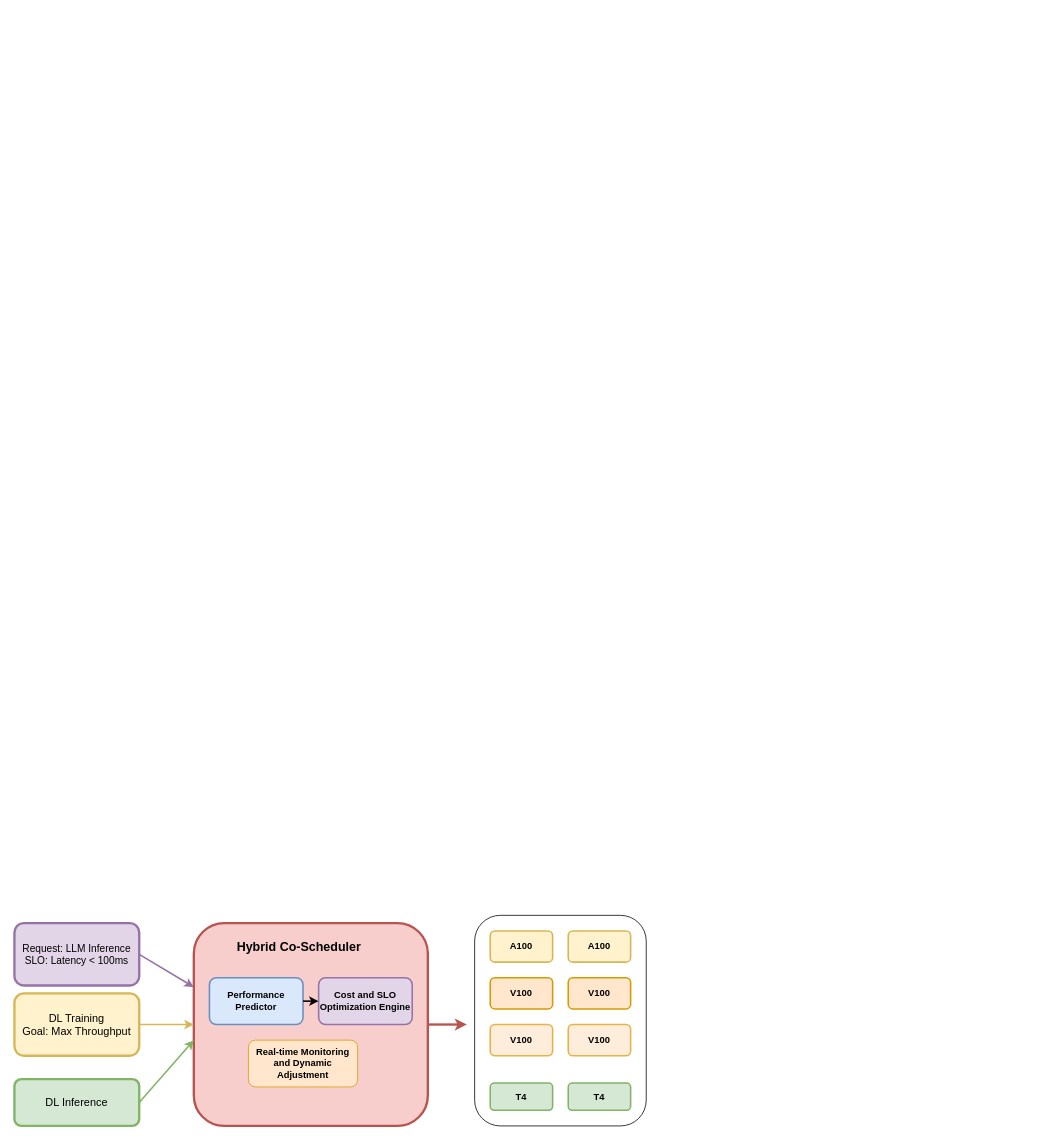
This is drawio_figs/buaa_proposal/研究技术路线1.4.drawio from Jinghao-coding/paperstudy, a draw.io file, before an edit. Source tidied: cells renumbered, new cells numbered last; positions are measured from the earlier drawing's top-left corner, leaving out a move shared by most shapes. Both pictures are drawn from the tidied source at 78%, with x=0, y=0 at pixel (14, 915).
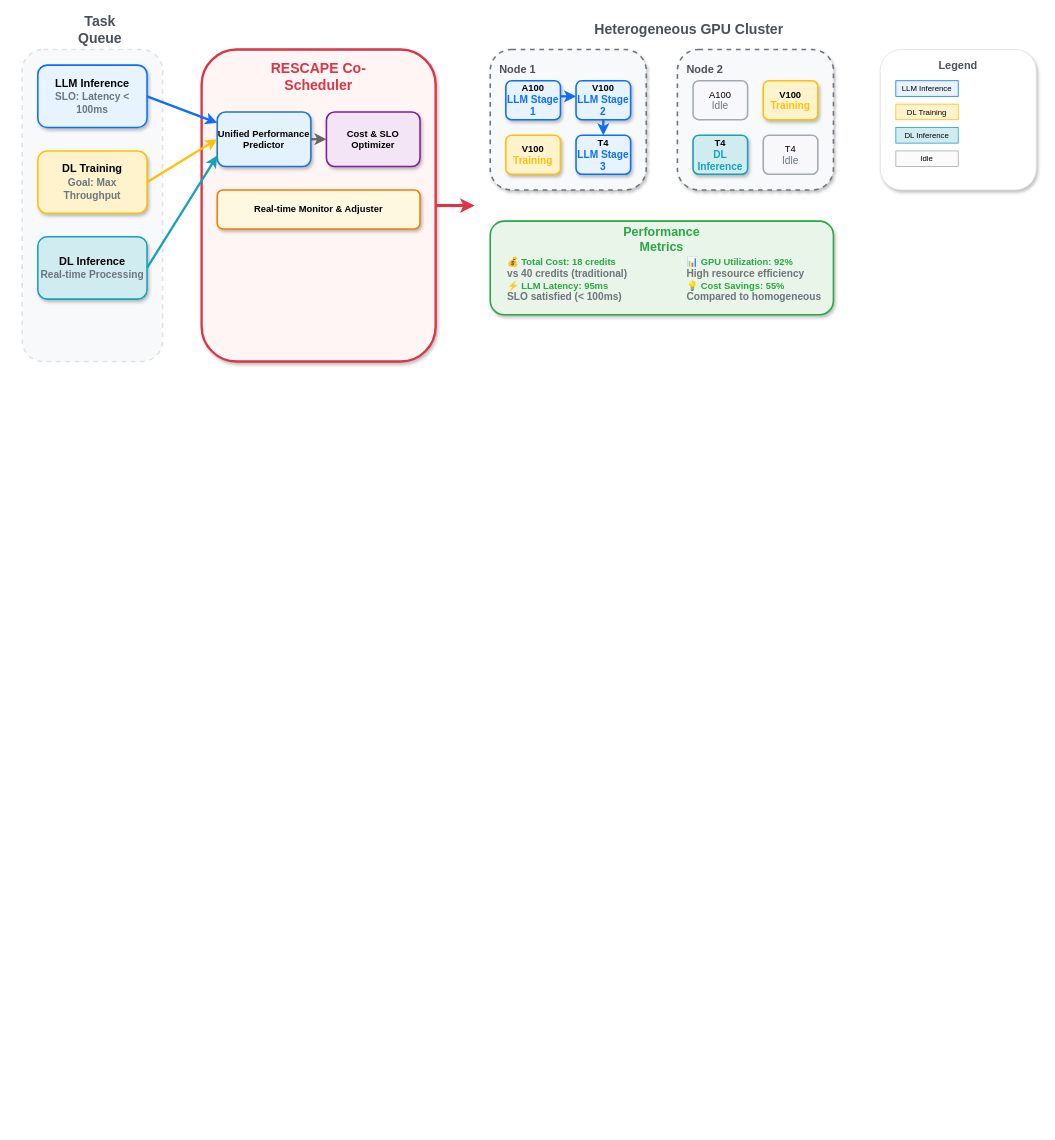
The same page after the edit.

Commit message:
Update 研究技术路线1.4.drawio

Diff of the diagram source:
```diff
@@
-    <mxCell id="2" style="rounded=1;whiteSpace=wrap;html=1;" parent="1" vertex="1">
-      <mxGeometry x="590" width="220" height="270" as="geometry" />
-    </mxCell>
-    <mxCell id="3" value="&lt;font style=&quot;font-size: 13px;&quot;&gt;&lt;span style=&quot;text-align: left;&quot;&gt;Request: LLM Inference&lt;/span&gt;&lt;br style=&quot;text-align: left;&quot;&gt;&lt;span style=&quot;text-align: left;&quot;&gt;SLO: Latency &amp;lt; 100ms&lt;/span&gt;&lt;/font&gt;" style="rounded=1;whiteSpace=wrap;html=1;fillColor=#e1d5e7;strokeColor=#9673a6;strokeWidth=3;" parent="1" vertex="1">
-      <mxGeometry y="10" width="160" height="80" as="geometry" />
-    </mxCell>
+    <mxCell id="24" style="rounded=1;whiteSpace=wrap;html=1;fillColor=#f8f9fa;strokeColor=#dee2e6;strokeWidth=2;dashed=1;" parent="1" vertex="1">
+      <mxGeometry x="10" y="-1110" width="180" height="400" as="geometry" />
+    </mxCell>
+    <mxCell id="25" value="Task Queue" style="text;html=1;strokeColor=none;fillColor=none;align=center;verticalAlign=middle;whiteSpace=wrap;rounded=0;fontSize=18;fontStyle=1;fontColor=#495057;" parent="1" vertex="1">
+      <mxGeometry x="60" y="-1150" width="100" height="30" as="geometry" />
+    </mxCell>
+    <mxCell id="26" value="LLM Inference&lt;br&gt;&lt;font size=&quot;2&quot; color=&quot;#6c757d&quot;&gt;SLO: Latency &lt; 100ms&lt;/font&gt;" style="rounded=1;whiteSpace=wrap;html=1;fillColor=#e7f3ff;strokeColor=#0d6efd;strokeWidth=2;fontSize=14;fontStyle=1;shadow=1;" parent="1" vertex="1">
+      <mxGeometry x="30" y="-1090" width="140" height="80" as="geometry" />
+    </mxCell>
-    <mxCell id="4" value="&lt;font style=&quot;font-size: 14px;&quot;&gt;&lt;span style=&quot;text-align: left;&quot;&gt;DL Training&lt;/span&gt;&lt;br style=&quot;text-align: left;&quot;&gt;&lt;span style=&quot;text-align: left;&quot;&gt;Goal: Max Throughput&lt;/span&gt;&lt;/font&gt;" style="rounded=1;whiteSpace=wrap;html=1;fillColor=#fff2cc;strokeColor=#d6b656;strokeWidth=3;" parent="1" vertex="1">
-      <mxGeometry y="100" width="160" height="80" as="geometry" />
+    <mxCell id="4" value="DL Training&lt;br&gt;&lt;font size=&quot;2&quot; color=&quot;#6c757d&quot;&gt;Goal: Max Throughput&lt;/font&gt;" style="rounded=1;whiteSpace=wrap;html=1;fillColor=#fff3cd;strokeColor=#ffc107;strokeWidth=2;fontSize=14;fontStyle=1;shadow=1;" parent="1" vertex="1">
+      <mxGeometry x="30" y="-980" width="140" height="80" as="geometry" />
     </mxCell>
+    <mxCell id="27" value="DL Inference&lt;br&gt;&lt;font size=&quot;2&quot; color=&quot;#6c757d&quot;&gt;Real-time Processing&lt;/font&gt;" style="rounded=1;whiteSpace=wrap;html=1;fillColor=#d1ecf1;strokeColor=#17a2b8;strokeWidth=2;fontSize=14;fontStyle=1;shadow=1;" parent="1" vertex="1">
+      <mxGeometry x="30" y="-870" width="140" height="80" as="geometry" />
+    </mxCell>
+    <mxCell id="28" style="rounded=1;whiteSpace=wrap;html=1;fillColor=#fff5f5;strokeColor=#dc3545;strokeWidth=3;shadow=1;" parent="1" vertex="1">
+      <mxGeometry x="240" y="-1110" width="300" height="400" as="geometry" />
+    </mxCell>
+    <mxCell id="29" value="RESCAPE Co-Scheduler" style="text;html=1;strokeColor=none;fillColor=none;align=center;verticalAlign=middle;whiteSpace=wrap;rounded=0;fontSize=18;fontStyle=1;fontColor=#dc3545;" parent="1" vertex="1">
+      <mxGeometry x="310" y="-1090" width="160" height="30" as="geometry" />
+    </mxCell>
+    <mxCell id="30" value="Unified Performance&lt;br&gt;Predictor" style="rounded=1;whiteSpace=wrap;html=1;fillColor=#e3f2fd;strokeColor=#1976d2;strokeWidth=2;fontSize=12;fontStyle=1;shadow=1;" parent="1" vertex="1">
+      <mxGeometry x="260" y="-1030" width="120" height="70" as="geometry" />
+    </mxCell>
+    <mxCell id="31" value="Cost &amp; SLO&lt;br&gt;Optimizer" style="rounded=1;whiteSpace=wrap;html=1;fillColor=#f3e5f5;strokeColor=#7b1fa2;strokeWidth=2;fontSize=12;fontStyle=1;shadow=1;" parent="1" vertex="1">
+      <mxGeometry x="400" y="-1030" width="120" height="70" as="geometry" />
+    </mxCell>
+    <mxCell id="32" value="Real-time Monitor &amp; Adjuster" style="rounded=1;whiteSpace=wrap;html=1;fillColor=#fff8e1;strokeColor=#f57c00;strokeWidth=2;fontSize=12;fontStyle=1;shadow=1;" parent="1" vertex="1">
+      <mxGeometry x="260" y="-930" width="260" height="50" as="geometry" />
+    </mxCell>
+    <mxCell id="33" style="endArrow=classic;html=1;rounded=0;exitX=1;exitY=0.5;exitDx=0;exitDy=0;entryX=0;entryY=0.5;entryDx=0;entryDy=0;strokeWidth=3;strokeColor=#666666;" parent="1" edge="1" source="30" target="31">
+      <mxGeometry relative="1" as="geometry" />
+    </mxCell>
+    <mxCell id="34" style="endArrow=classic;html=1;rounded=0;exitX=1;exitY=0.5;exitDx=0;exitDy=0;entryX=0;entryY=0.2;entryDx=0;entryDy=0;strokeWidth=3;strokeColor=#0d6efd;" parent="1" edge="1" source="26" target="30">
+      <mxGeometry relative="1" as="geometry" />
+    </mxCell>
+    <mxCell id="35" style="endArrow=classic;html=1;rounded=0;exitX=1;exitY=0.5;exitDx=0;exitDy=0;entryX=0;entryY=0.5;entryDx=0;entryDy=0;strokeWidth=3;strokeColor=#ffc107;" parent="1" edge="1" source="4" target="30">
+      <mxGeometry relative="1" as="geometry" />
+    </mxCell>
+    <mxCell id="36" style="endArrow=classic;html=1;rounded=0;exitX=1;exitY=0.5;exitDx=0;exitDy=0;entryX=0;entryY=0.8;entryDx=0;entryDy=0;strokeWidth=3;strokeColor=#17a2b8;" parent="1" edge="1" source="27" target="30">
+      <mxGeometry relative="1" as="geometry" />
+    </mxCell>
+    <mxCell id="37" value="Heterogeneous GPU Cluster" style="text;html=1;strokeColor=none;fillColor=none;align=center;verticalAlign=middle;whiteSpace=wrap;rounded=0;fontSize=18;fontStyle=1;fontColor=#495057;" parent="1" vertex="1">
+      <mxGeometry x="740" y="-1150" width="250" height="30" as="geometry" />
+    </mxCell>
+    <mxCell id="38" style="rounded=1;whiteSpace=wrap;html=1;fillColor=#f8f9fa;strokeColor=#6c757d;strokeWidth=2;dashed=1;shadow=1;" parent="1" vertex="1">
+      <mxGeometry x="610" y="-1110" width="200" height="180" as="geometry" />
+    </mxCell>
+    <mxCell id="39" value="Node 1" style="text;html=1;strokeColor=none;fillColor=none;align=left;verticalAlign=top;whiteSpace=wrap;rounded=0;fontSize=14;fontStyle=1;fontColor=#495057;" parent="1" vertex="1">
+      <mxGeometry x="620" y="-1100" width="60" height="20" as="geometry" />
+    </mxCell>
+    <mxCell id="40" value="A100&lt;br&gt;&lt;font size=&quot;2&quot; color=&quot;#0d6efd&quot;&gt;LLM Stage 1&lt;/font&gt;" style="rounded=1;whiteSpace=wrap;html=1;fillColor=#e7f3ff;strokeColor=#0d6efd;fontSize=12;fontStyle=1;strokeWidth=2;shadow=1;" parent="1" vertex="1">
+      <mxGeometry x="630" y="-1070" width="70" height="50" as="geometry" />
+    </mxCell>
+    <mxCell id="41" value="V100&lt;br&gt;&lt;font size=&quot;2&quot; color=&quot;#0d6efd&quot;&gt;LLM Stage 2&lt;/font&gt;" style="rounded=1;whiteSpace=wrap;html=1;fillColor=#e7f3ff;strokeColor=#0d6efd;fontSize=12;fontStyle=1;strokeWidth=2;shadow=1;" parent="1" vertex="1">
+      <mxGeometry x="720" y="-1070" width="70" height="50" as="geometry" />
+    </mxCell>
+    <mxCell id="42" value="V100&lt;br&gt;&lt;font size=&quot;2&quot; color=&quot;#ffc107&quot;&gt;Training&lt;/font&gt;" style="rounded=1;whiteSpace=wrap;html=1;fillColor=#fff3cd;strokeColor=#ffc107;fontSize=12;fontStyle=1;strokeWidth=2;shadow=1;" parent="1" vertex="1">
+      <mxGeometry x="630" y="-1000" width="70" height="50" as="geometry" />
+    </mxCell>
+    <mxCell id="43" value="T4&lt;br&gt;&lt;font size=&quot;2&quot; color=&quot;#0d6efd&quot;&gt;LLM Stage 3&lt;/font&gt;" style="rounded=1;whiteSpace=wrap;html=1;fillColor=#e7f3ff;strokeColor=#0d6efd;fontSize=12;fontStyle=1;strokeWidth=2;shadow=1;" parent="1" vertex="1">
+      <mxGeometry x="720" y="-1000" width="70" height="50" as="geometry" />
+    </mxCell>
+    <mxCell id="44" style="rounded=1;whiteSpace=wrap;html=1;fillColor=#f8f9fa;strokeColor=#6c757d;strokeWidth=2;dashed=1;shadow=1;" parent="1" vertex="1">
+      <mxGeometry x="850" y="-1110" width="200" height="180" as="geometry" />
+    </mxCell>
+    <mxCell id="45" value="Node 2" style="text;html=1;strokeColor=none;fillColor=none;align=left;verticalAlign=top;whiteSpace=wrap;rounded=0;fontSize=14;fontStyle=1;fontColor=#495057;" parent="1" vertex="1">
+      <mxGeometry x="860" y="-1100" width="60" height="20" as="geometry" />
+    </mxCell>
+    <mxCell id="46" value="A100&lt;br&gt;&lt;font size=&quot;2&quot; color=&quot;#6c757d&quot;&gt;Idle&lt;/font&gt;" style="rounded=1;whiteSpace=wrap;html=1;fillColor=#f8f9fa;strokeColor=#6c757d;fontSize=12;fontStyle=0;strokeWidth=2;opacity=60;" parent="1" vertex="1">
+      <mxGeometry x="870" y="-1070" width="70" height="50" as="geometry" />
+    </mxCell>
+    <mxCell id="47" value="V100&lt;br&gt;&lt;font size=&quot;2&quot; color=&quot;#ffc107&quot;&gt;Training&lt;/font&gt;" style="rounded=1;whiteSpace=wrap;html=1;fillColor=#fff3cd;strokeColor=#ffc107;fontSize=12;fontStyle=1;strokeWidth=2;shadow=1;" parent="1" vertex="1">
+      <mxGeometry x="960" y="-1070" width="70" height="50" as="geometry" />
+    </mxCell>
+    <mxCell id="48" value="T4&lt;br&gt;&lt;font size=&quot;2&quot; color=&quot;#17a2b8&quot;&gt;DL Inference&lt;/font&gt;" style="rounded=1;whiteSpace=wrap;html=1;fillColor=#d1ecf1;strokeColor=#17a2b8;fontSize=12;fontStyle=1;strokeWidth=2;shadow=1;" parent="1" vertex="1">
+      <mxGeometry x="870" y="-1000" width="70" height="50" as="geometry" />
+    </mxCell>
+    <mxCell id="49" value="T4&lt;br&gt;&lt;font size=&quot;2&quot; color=&quot;#6c757d&quot;&gt;Idle&lt;/font&gt;" style="rounded=1;whiteSpace=wrap;html=1;fillColor=#f8f9fa;strokeColor=#6c757d;fontSize=12;fontStyle=0;strokeWidth=2;opacity=60;" parent="1" vertex="1">
+      <mxGeometry x="960" y="-1000" width="70" height="50" as="geometry" />
+    </mxCell>
+    <mxCell id="50" style="endArrow=classic;html=1;rounded=0;strokeWidth=3;strokeColor=#0d6efd;curved=1;" parent="1" edge="1">
+      <mxGeometry relative="1" as="geometry">
+        <mxPoint x="700" y="-1050" as="sourcePoint" />
+        <mxPoint x="720" y="-1050" as="targetPoint" />
+      </mxGeometry>
+    </mxCell>
+    <mxCell id="51" style="endArrow=classic;html=1;rounded=0;strokeWidth=3;strokeColor=#0d6efd;curved=1;" parent="1" edge="1">
+      <mxGeometry relative="1" as="geometry">
+        <mxPoint x="755" y="-1020" as="sourcePoint" />
+        <mxPoint x="755" y="-1000" as="targetPoint" />
+      </mxGeometry>
+    </mxCell>
+    <mxCell id="52" style="endArrow=classic;html=1;rounded=0;exitX=1;exitY=0.5;exitDx=0;exitDy=0;strokeWidth=4;strokeColor=#dc3545;" parent="1" edge="1" source="28">
+      <mxGeometry relative="1" as="geometry">
+        <mxPoint x="590" y="-910" as="targetPoint" />
+      </mxGeometry>
+    </mxCell>
+    <mxCell id="53" style="rounded=1;whiteSpace=wrap;html=1;fillColor=#e8f5e8;strokeColor=#28a745;strokeWidth=2;shadow=1;" parent="1" vertex="1">
+      <mxGeometry x="610" y="-890" width="440" height="120" as="geometry" />
+    </mxCell>
+    <mxCell id="54" value="Performance Metrics" style="text;html=1;strokeColor=none;fillColor=none;align=center;verticalAlign=middle;whiteSpace=wrap;rounded=0;fontSize=16;fontStyle=1;fontColor=#28a745;" parent="1" vertex="1">
+      <mxGeometry x="770" y="-880" width="120" height="25" as="geometry" />
+    </mxCell>
+    <mxCell id="55" value="💰 Total Cost: 18 credits&lt;br&gt;&lt;font size=&quot;2&quot; color=&quot;#6c757d&quot;&gt;vs 40 credits (traditional)&lt;/font&gt;" style="text;html=1;strokeColor=none;fillColor=none;align=left;verticalAlign=middle;whiteSpace=wrap;rounded=0;fontSize=12;fontStyle=1;fontColor=#28a745;" parent="1" vertex="1">
+      <mxGeometry x="630" y="-845" width="180" height="30" as="geometry" />
+    </mxCell>
+    <mxCell id="56" value="⚡ LLM Latency: 95ms&lt;br&gt;&lt;font size=&quot;2&quot; color=&quot;#6c757d&quot;&gt;SLO satisfied (&lt; 100ms)&lt;/font&gt;" style="text;html=1;strokeColor=none;fillColor=none;align=left;verticalAlign=middle;whiteSpace=wrap;rounded=0;fontSize=12;fontStyle=1;fontColor=#28a745;" parent="1" vertex="1">
+      <mxGeometry x="630" y="-815" width="180" height="30" as="geometry" />
+    </mxCell>
+    <mxCell id="57" value="📊 GPU Utilization: 92%&lt;br&gt;&lt;font size=&quot;2&quot; color=&quot;#6c757d&quot;&gt;High resource efficiency&lt;/font&gt;" style="text;html=1;strokeColor=none;fillColor=none;align=left;verticalAlign=middle;whiteSpace=wrap;rounded=0;fontSize=12;fontStyle=1;fontColor=#28a745;" parent="1" vertex="1">
+      <mxGeometry x="860" y="-845" width="180" height="30" as="geometry" />
+    </mxCell>
+    <mxCell id="58" value="💡 Cost Savings: 55%&lt;br&gt;&lt;font size=&quot;2&quot; color=&quot;#6c757d&quot;&gt;Compared to homogeneous&lt;/font&gt;" style="text;html=1;strokeColor=none;fillColor=none;align=left;verticalAlign=middle;whiteSpace=wrap;rounded=0;fontSize=12;fontStyle=1;fontColor=#28a745;" parent="1" vertex="1">
+      <mxGeometry x="860" y="-815" width="180" height="30" as="geometry" />
+    </mxCell>
+    <mxCell id="59" style="rounded=1;whiteSpace=wrap;html=1;fillColor=#ffffff;strokeColor=#dee2e6;strokeWidth=1;shadow=1;" parent="1" vertex="1">
+      <mxGeometry x="1110" y="-1110" width="200" height="180" as="geometry" />
+    </mxCell>
+    <mxCell id="60" value="Legend" style="text;html=1;strokeColor=none;fillColor=none;align=center;verticalAlign=middle;whiteSpace=wrap;rounded=0;fontSize=14;fontStyle=1;fontColor=#495057;" parent="1" vertex="1">
+      <mxGeometry x="1180" y="-1100" width="60" height="20" as="geometry" />
+    </mxCell>
+    <mxCell id="61" value="LLM Inference" style="rounded=0;whiteSpace=wrap;html=1;fillColor=#e7f3ff;strokeColor=#0d6efd;fontSize=10;strokeWidth=1;" parent="1" vertex="1">
+      <mxGeometry x="1130" y="-1070" width="80" height="20" as="geometry" />
+    </mxCell>
+    <mxCell id="62" value="DL Training" style="rounded=0;whiteSpace=wrap;html=1;fillColor=#fff3cd;strokeColor=#ffc107;fontSize=10;strokeWidth=1;" parent="1" vertex="1">
+      <mxGeometry x="1130" y="-1040" width="80" height="20" as="geometry" />
+    </mxCell>
-    <mxCell id="5" value="&lt;span style=&quot;text-align: left;&quot;&gt;&lt;font style=&quot;font-size: 14px;&quot;&gt;DL Inference&lt;/font&gt;&lt;/span&gt;" style="rounded=1;whiteSpace=wrap;html=1;fillColor=#d5e8d4;strokeColor=#82b366;strokeWidth=3;" parent="1" vertex="1">
-      <mxGeometry y="210" width="160" height="60" as="geometry" />
+    <mxCell id="5" value="DL Inference" style="rounded=0;whiteSpace=wrap;html=1;fillColor=#d1ecf1;strokeColor=#17a2b8;fontSize=10;strokeWidth=1;" parent="1" vertex="1">
+      <mxGeometry x="1130" y="-1010" width="80" height="20" as="geometry" />
     </mxCell>
-    <mxCell id="6" style="rounded=1;whiteSpace=wrap;html=1;fillColor=#f8cecc;strokeColor=#b85450;strokeWidth=3;" parent="1" vertex="1">
-      <mxGeometry x="230" y="10" width="300" height="260" as="geometry" />
-    </mxCell>
-    <mxCell id="7" value="Hybrid Co-Scheduler" style="text;html=1;strokeColor=none;fillColor=none;align=center;verticalAlign=middle;whiteSpace=wrap;rounded=0;fontSize=16;fontStyle=1;" parent="1" vertex="1">
-      <mxGeometry x="270" y="20" width="190" height="40" as="geometry" />
-    </mxCell>
-    <mxCell id="8" value="Performance Predictor" style="rounded=1;whiteSpace=wrap;html=1;fillColor=#dae8fc;strokeColor=#6c8ebf;strokeWidth=2;fontSize=12;fontStyle=1;" parent="1" vertex="1">
-      <mxGeometry x="250" y="80" width="120" height="60" as="geometry" />
-    </mxCell>
-    <mxCell id="9" value="Cost and SLO Optimization Engine" style="rounded=1;whiteSpace=wrap;html=1;fillColor=#e1d5e7;strokeColor=#9673a6;strokeWidth=2;fontSize=12;fontStyle=1;" parent="1" vertex="1">
-      <mxGeometry x="390" y="80" width="120" height="60" as="geometry" />
-    </mxCell>
-    <mxCell id="10" style="endArrow=classic;html=1;rounded=0;exitX=1;exitY=0.5;exitDx=0;exitDy=0;entryX=0;entryY=0.5;entryDx=0;entryDy=0;strokeWidth=2;" parent="1" edge="1" source="8" target="9">
-      <mxGeometry relative="1" as="geometry" />
-    </mxCell>
-    <mxCell id="11" style="endArrow=classic;html=1;rounded=0;exitX=1;exitY=0.5;exitDx=0;exitDy=0;strokeWidth=2;strokeColor=#9673a6;" parent="1" edge="1" source="3">
-      <mxGeometry relative="1" as="geometry">
-        <mxPoint x="230" y="92" as="targetPoint" />
-      </mxGeometry>
-    </mxCell>
-    <mxCell id="12" style="endArrow=classic;html=1;rounded=0;exitX=1;exitY=0.5;exitDx=0;exitDy=0;strokeWidth=2;strokeColor=#d6b656;entryX=0;entryY=0.5;entryDx=0;entryDy=0;" parent="1" edge="1" source="4" target="6">
-      <mxGeometry relative="1" as="geometry" />
-    </mxCell>
-    <mxCell id="13" style="endArrow=classic;html=1;rounded=0;exitX=1;exitY=0.5;exitDx=0;exitDy=0;strokeWidth=2;strokeColor=#82b366;" parent="1" edge="1" source="5">
-      <mxGeometry relative="1" as="geometry">
-        <mxPoint x="230" y="160" as="targetPoint" />
-      </mxGeometry>
-    </mxCell>
-    <mxCell id="14" value="Real-time Monitoring and Dynamic Adjustment" style="text;html=1;strokeColor=#d79b00;fillColor=#ffe6cc;align=center;verticalAlign=middle;whiteSpace=wrap;rounded=1;fontSize=12;fontStyle=1;" parent="1" vertex="1">
-      <mxGeometry x="300" y="160" width="140" height="60" as="geometry" />
-    </mxCell>
-    <mxCell id="15" style="endArrow=classic;html=1;rounded=0;exitX=1;exitY=0.5;exitDx=0;exitDy=0;strokeWidth=3;strokeColor=#b85450;" parent="1" edge="1" source="6">
-      <mxGeometry relative="1" as="geometry">
-        <mxPoint x="580" y="140" as="targetPoint" />
-      </mxGeometry>
-    </mxCell>
-    <mxCell id="16" value="A100" style="rounded=1;whiteSpace=wrap;html=1;fillColor=#fff2cc;strokeColor=#d6b656;fontSize=12;fontStyle=1;strokeWidth=2;" parent="1" vertex="1">
-      <mxGeometry x="610" y="20" width="80" height="40" as="geometry" />
-    </mxCell>
-    <mxCell id="17" value="V100" style="rounded=1;whiteSpace=wrap;html=1;fillColor=#ffe6cc;strokeColor=#d79b00;fontSize=12;fontStyle=1;strokeWidth=2;" parent="1" vertex="1">
-      <mxGeometry x="610" y="80" width="80" height="40" as="geometry" />
-    </mxCell>
-    <mxCell id="18" value="V100" style="rounded=1;whiteSpace=wrap;html=1;fillColor=#ffe6cc;strokeColor=#d79b00;fontSize=12;fontStyle=1;strokeWidth=2;opacity=70;" parent="1" vertex="1">
-      <mxGeometry x="610" y="140" width="80" height="40" as="geometry" />
-    </mxCell>
-    <mxCell id="19" value="T4" style="rounded=1;whiteSpace=wrap;html=1;fillColor=#d5e8d4;strokeColor=#82b366;fontSize=12;fontStyle=1;strokeWidth=2;" parent="1" vertex="1">
-      <mxGeometry x="610" y="215" width="80" height="35" as="geometry" />
-    </mxCell>
-    <mxCell id="20" value="A100" style="rounded=1;whiteSpace=wrap;html=1;fillColor=#fff2cc;strokeColor=#d6b656;fontSize=12;fontStyle=1;strokeWidth=2;" parent="1" vertex="1">
-      <mxGeometry x="710" y="20" width="80" height="40" as="geometry" />
-    </mxCell>
-    <mxCell id="21" value="V100" style="rounded=1;whiteSpace=wrap;html=1;fillColor=#ffe6cc;strokeColor=#d79b00;fontSize=12;fontStyle=1;strokeWidth=2;" parent="1" vertex="1">
-      <mxGeometry x="710" y="80" width="80" height="40" as="geometry" />
-    </mxCell>
-    <mxCell id="22" value="V100" style="rounded=1;whiteSpace=wrap;html=1;fillColor=#ffe6cc;strokeColor=#d79b00;fontSize=12;fontStyle=1;strokeWidth=2;opacity=70;" parent="1" vertex="1">
-      <mxGeometry x="710" y="140" width="80" height="40" as="geometry" />
-    </mxCell>
-    <mxCell id="23" value="T4" style="rounded=1;whiteSpace=wrap;html=1;fillColor=#d5e8d4;strokeColor=#82b366;fontSize=12;fontStyle=1;strokeWidth=2;" parent="1" vertex="1">
-      <mxGeometry x="710" y="215" width="80" height="35" as="geometry" />
-    </mxCell>
+    <mxCell id="63" value="Idle" style="rounded=0;whiteSpace=wrap;html=1;fillColor=#f8f9fa;strokeColor=#6c757d;fontSize=10;strokeWidth=1;opacity=60;" parent="1" vertex="1">
+      <mxGeometry x="1130" y="-980" width="80" height="20" as="geometry" />
+    </mxCell>
```
